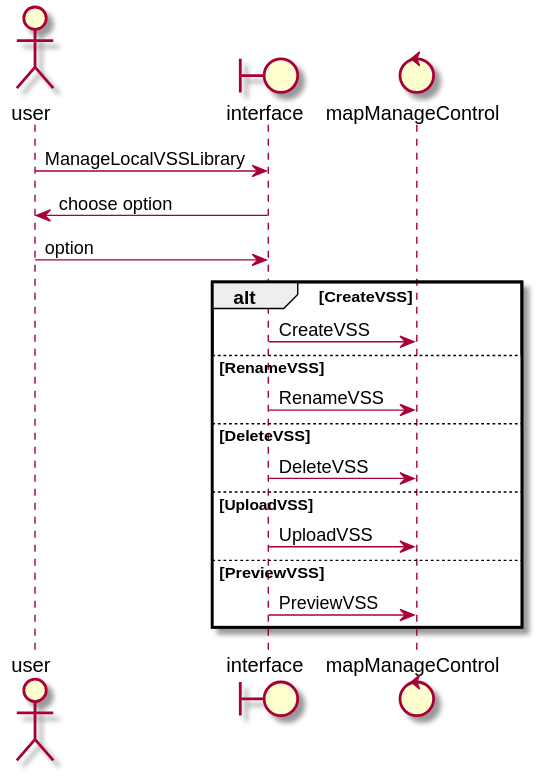
The PlantUML diagram 需求定义和分析/SeqDiagram/managelocalvsslibrary.svg in kpp19920121/doc, before a commit. Its diagram source:
```plantuml
@startuml
actor user
boundary interface
control mapManageControl

user -> interface: ManageLocalVSSLibrary
interface -> user: choose option
user -> interface: option

alt CreateVSS
    interface -> mapManageControl: CreateVSS
else RenameVSS
    interface -> mapManageControl: RenameVSS
else DeleteVSS
    interface -> mapManageControl: DeleteVSS
else UploadVSS
    interface -> mapManageControl: UploadVSS
else PreviewVSS
    interface -> mapManageControl: PreviewVSS
end
@enduml
```
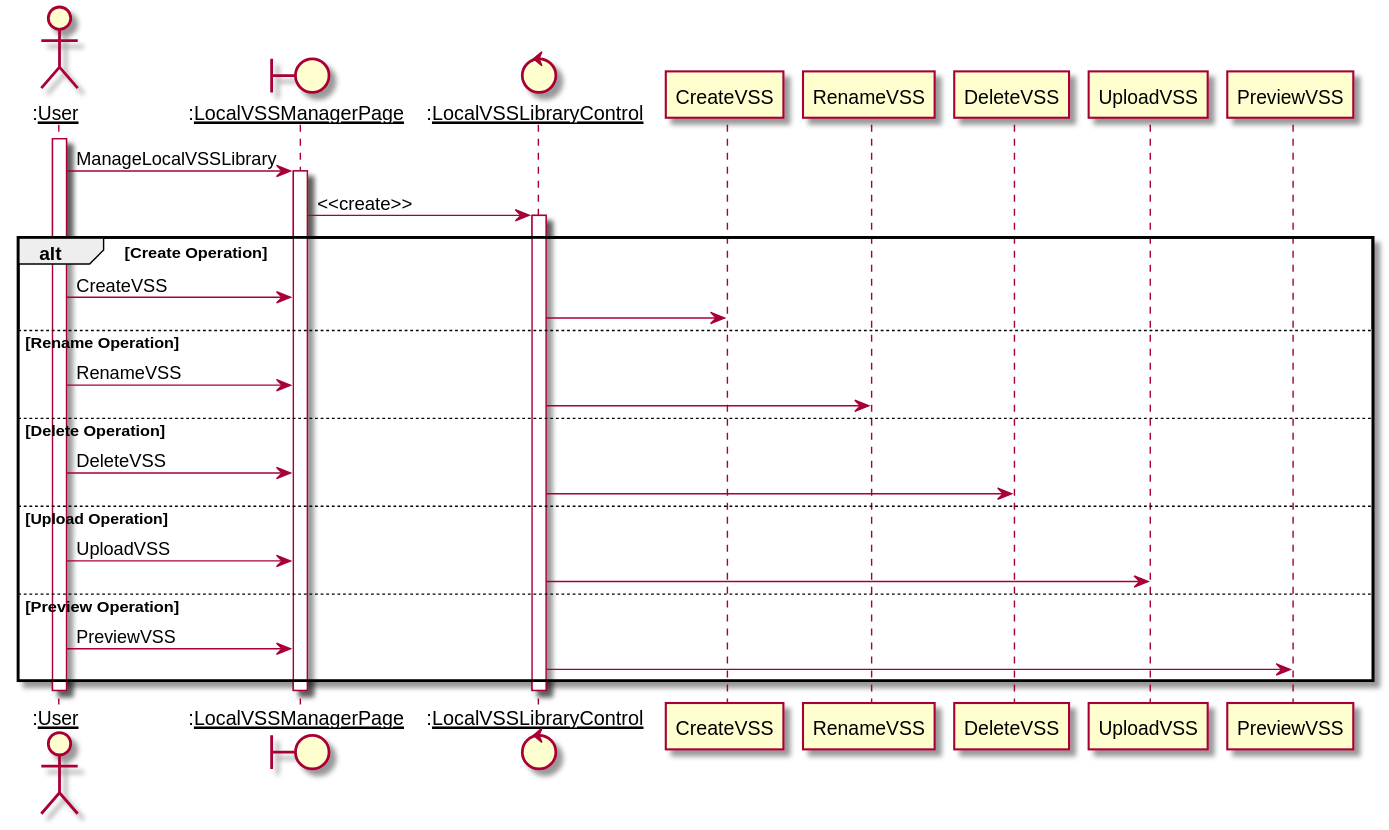
After the commit.

Change to the diagram source:
```diff
@@ -1,21 +1,32 @@
 @startuml
-actor user
-boundary interface
-control mapManageControl
+actor ":__User__" as User
+boundary ":__LocalVSSManagerPage__" as LocalVSSManagerPage
+control ":__LocalVSSLibraryControl__" as LocalVSSLibraryControl
 
-user -> interface: ManageLocalVSSLibrary
-interface -> user: choose option
-user -> interface: option
+activate User
+User -> LocalVSSManagerPage: ManageLocalVSSLibrary
+activate LocalVSSManagerPage
+LocalVSSManagerPage -> LocalVSSLibraryControl: <<create>>
+activate LocalVSSLibraryControl
 
-alt CreateVSS
-    interface -> mapManageControl: CreateVSS
-else RenameVSS
-    interface -> mapManageControl: RenameVSS
-else DeleteVSS
-    interface -> mapManageControl: DeleteVSS
-else UploadVSS
-    interface -> mapManageControl: UploadVSS
-else PreviewVSS
-    interface -> mapManageControl: PreviewVSS
+alt Create Operation
+    User -> LocalVSSManagerPage: CreateVSS
+    LocalVSSLibraryControl -> CreateVSS
+else Rename Operation
+    User -> LocalVSSManagerPage: RenameVSS
+    LocalVSSLibraryControl -> RenameVSS
+else Delete Operation
+    User -> LocalVSSManagerPage: DeleteVSS
+    LocalVSSLibraryControl -> DeleteVSS
+else Upload Operation
+    User -> LocalVSSManagerPage: UploadVSS
+    LocalVSSLibraryControl -> UploadVSS
+else Preview Operation
+    User -> LocalVSSManagerPage: PreviewVSS
+    LocalVSSLibraryControl -> PreviewVSS
 end
+
+deactivate LocalVSSManagerPage
+deactivate LocalVSSLibraryControl
+deactivate User
 @enduml
```
